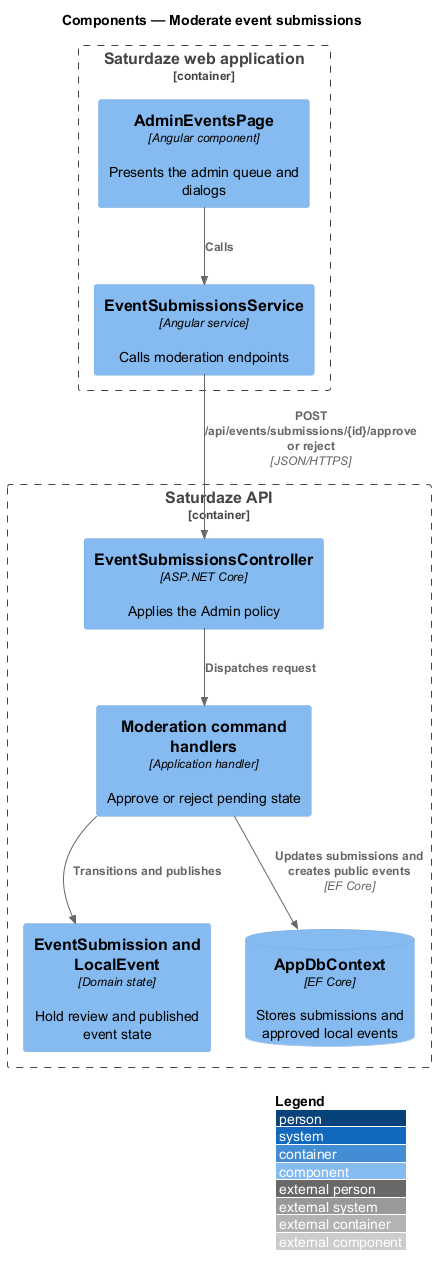
The PlantUML diagram docs/detailed-designs/discovery/moderate-event-submissions/diagrams/c4-component.png in QuinntyneBrown/saturdaze, before a commit. Its diagram source:
```plantuml
@startuml
!include <C4/C4_Component>
LAYOUT_WITH_LEGEND()
title Components — Moderate event submissions

Container_Boundary(web, "Saturdaze web application") {
  Component(page, "AdminEventsPage", "Angular component", "Presents the admin queue and dialogs")
  Component(client, "EventSubmissionsService", "Angular service", "Calls moderation endpoints")
}
Container_Boundary(api, "Saturdaze API") {
  Component(controller, "EventSubmissionsController", "ASP.NET Core", "Applies the Admin policy")
  Component(handler, "Moderation command handlers", "Application handler", "Approve or reject pending state")
  Component(entity, "EventSubmission and LocalEvent", "Domain state", "Hold review and published event state")
  ComponentDb(db, "AppDbContext", "EF Core", "Stores submissions and approved local events")
}
Rel(page, client, "Calls")
Rel(client, controller, "POST /api/events/submissions/{id}/approve or reject", "JSON/HTTPS")
Rel(controller, handler, "Dispatches request")
Rel(handler, entity, "Transitions and publishes")
Rel(handler, db, "Updates submissions and creates public events", "EF Core")
@enduml
```
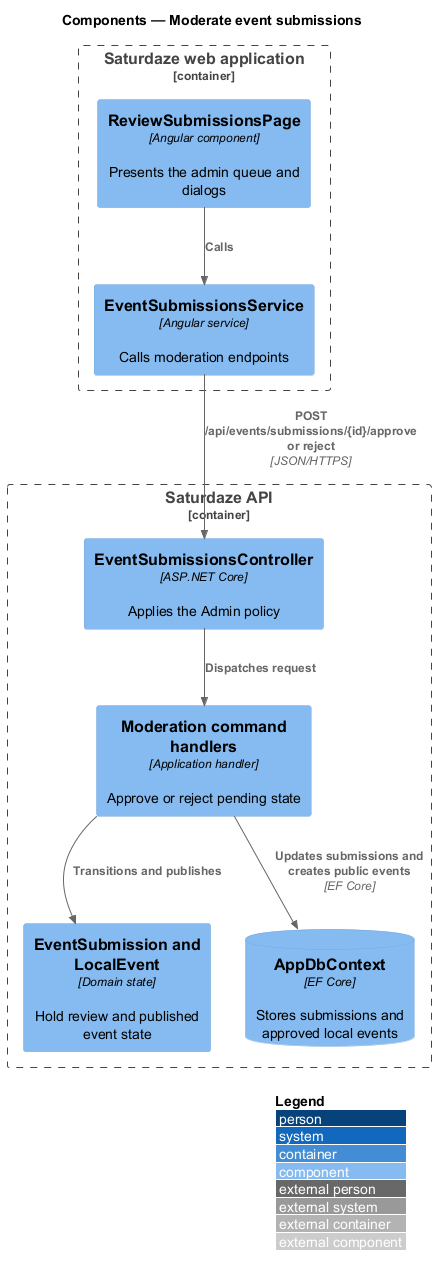
The same diagram one commit later.

Diff of the diagram source:
```diff
@@ -4,7 +4,7 @@
 title Components — Moderate event submissions
 
 Container_Boundary(web, "Saturdaze web application") {
-  Component(page, "AdminEventsPage", "Angular component", "Presents the admin queue and dialogs")
+  Component(page, "ReviewSubmissionsPage", "Angular component", "Presents the admin queue and dialogs")
   Component(client, "EventSubmissionsService", "Angular service", "Calls moderation endpoints")
 }
 Container_Boundary(api, "Saturdaze API") {
```
